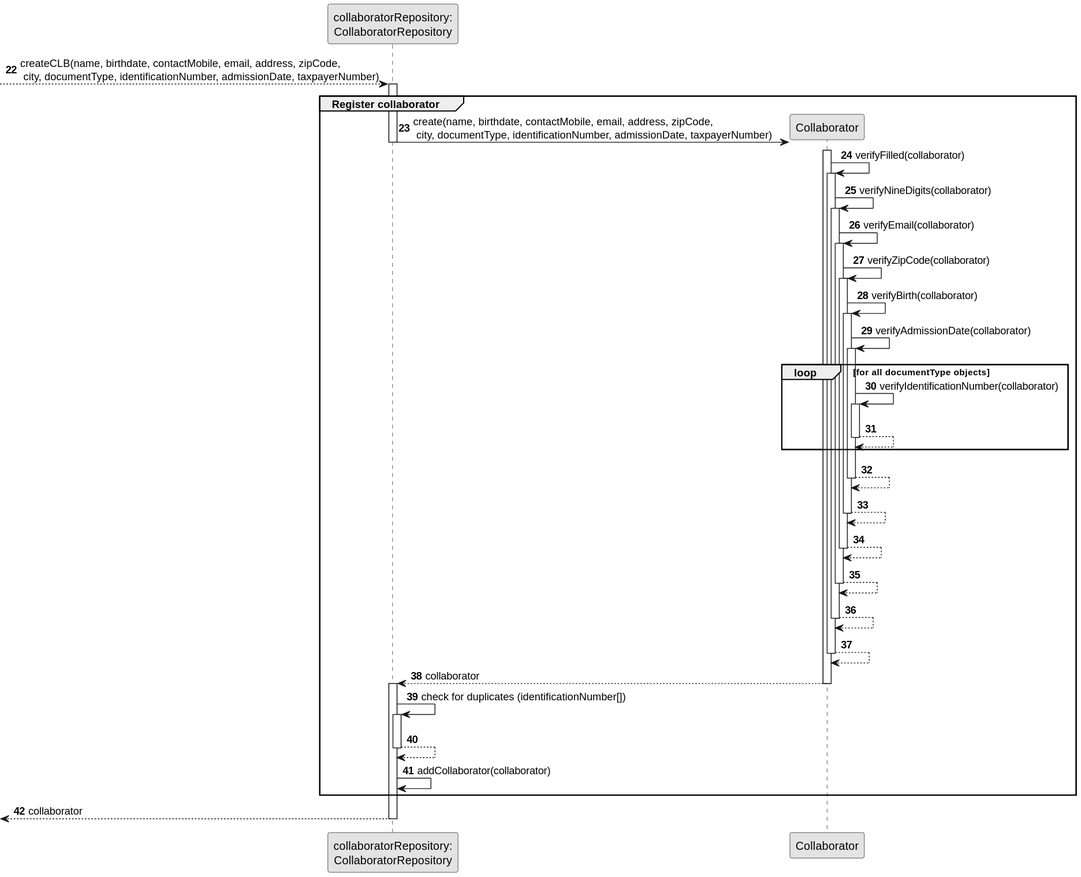
ricardomm7/leaflink keeps this PlantUML diagram as docs/sprintB/us003/03.design/svg/us003-sequence-diagram-partial-register-collab.svg. Above is the earlier version.
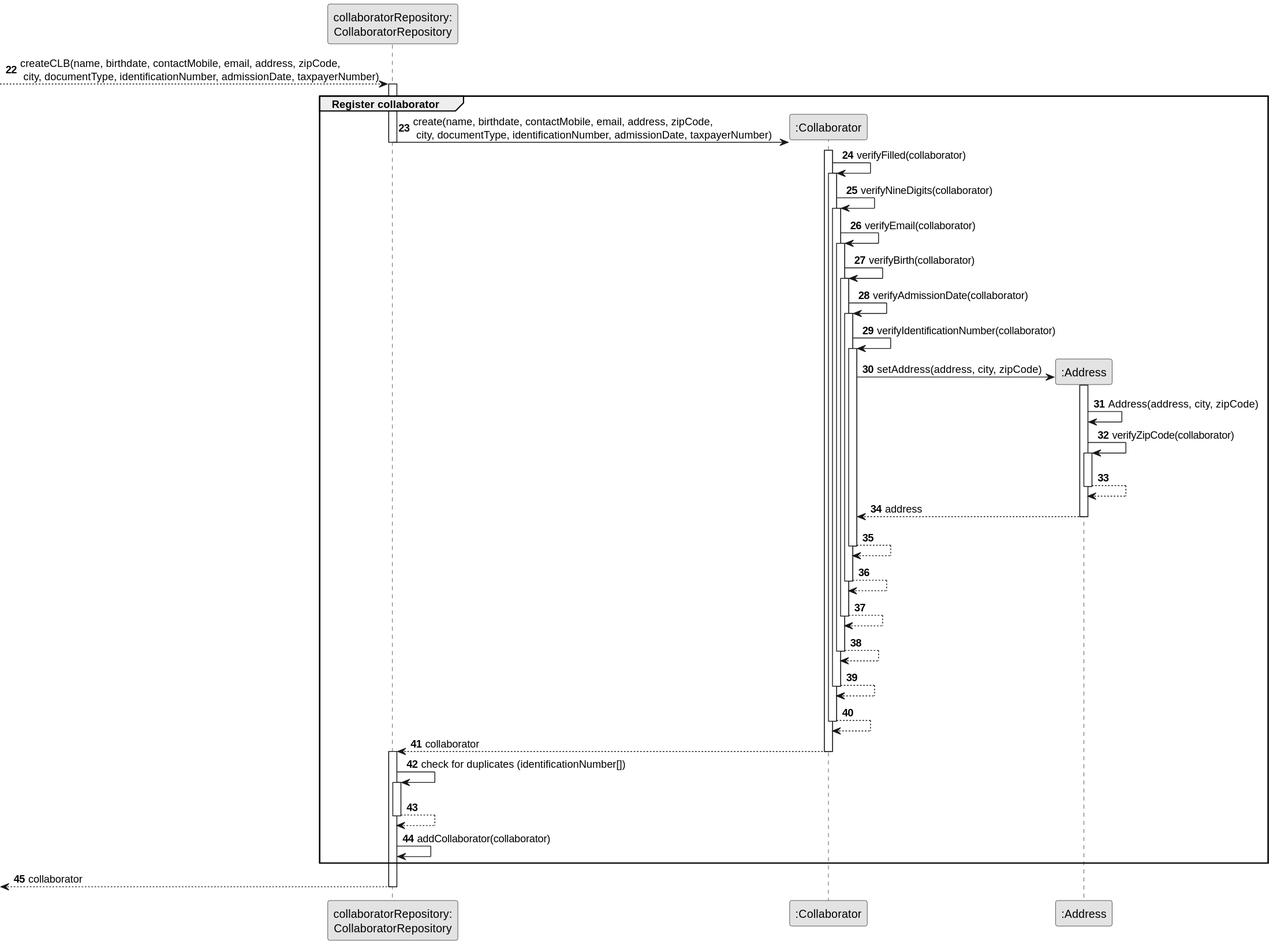
Above is the later version.

Change to the diagram source:
```diff
@@ -4,7 +4,8 @@
 skinparam shadowing false
 
 participant "collaboratorRepository:\nCollaboratorRepository" as CLBREP
-participant "Collaborator" as CLB
+participant ":Collaborator" as CLB
+participant ":Address" as Address
 
 autonumber 22
 --> CLBREP: createCLB(name, birthdate, contactMobile, email, address, zipCode,\n city, documentType, identificationNumber, admissionDate, taxpayerNumber)
@@ -20,21 +21,25 @@
         activate CLB
         CLB -> CLB : verifyEmail(collaborator)
         activate CLB
-        CLB -> CLB : verifyZipCode(collaborator)
-        activate CLB
         CLB -> CLB : verifyBirth(collaborator)
         activate CLB
-                CLB -> CLB : verifyAdmissionDate(collaborator)
-                activate CLB
+        CLB -> CLB : verifyAdmissionDate(collaborator)
+        activate CLB
 
-
-        loop for all documentType objects
         CLB -> CLB : verifyIdentificationNumber(collaborator)
         activate CLB
+        CLB -> Address** : setAddress(address, city, zipCode)
+        activate Address
+        Address -> Address : Address(address, city, zipCode)
+
+        Address -> Address : verifyZipCode(collaborator)
+        activate Address
+        Address --> Address
+        deactivate Address
+        Address --> CLB : address
+        deactivate Address
         CLB --> CLB
         deactivate CLB
-        end loop
-
 
         CLB --> CLB
         deactivate CLB
@@ -46,8 +51,6 @@
         deactivate CLB
         CLB --> CLB
         deactivate CLB
-                CLB --> CLB
-                deactivate CLB
 
 
         CLB --> CLBREP : collaborator
```
